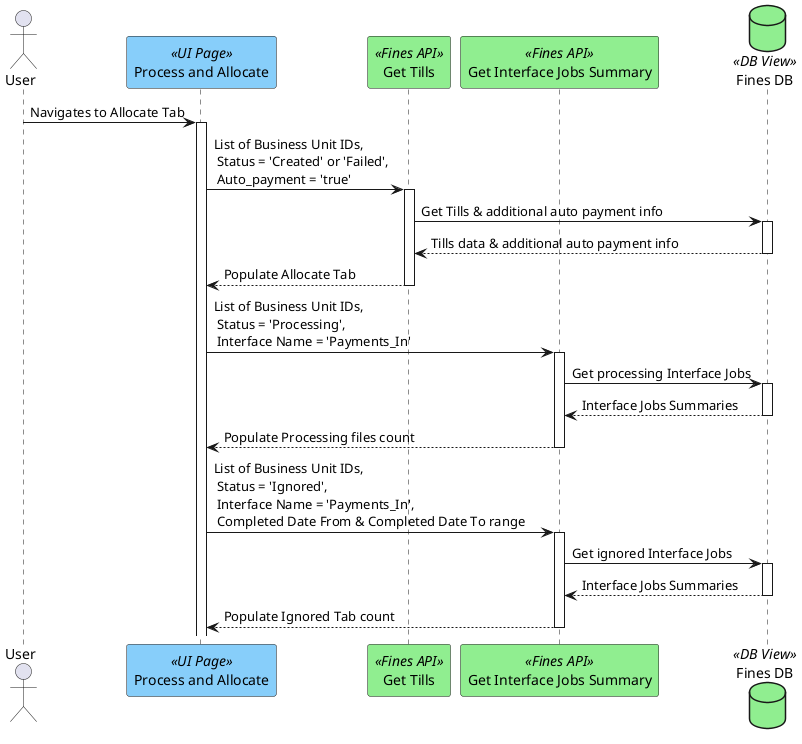
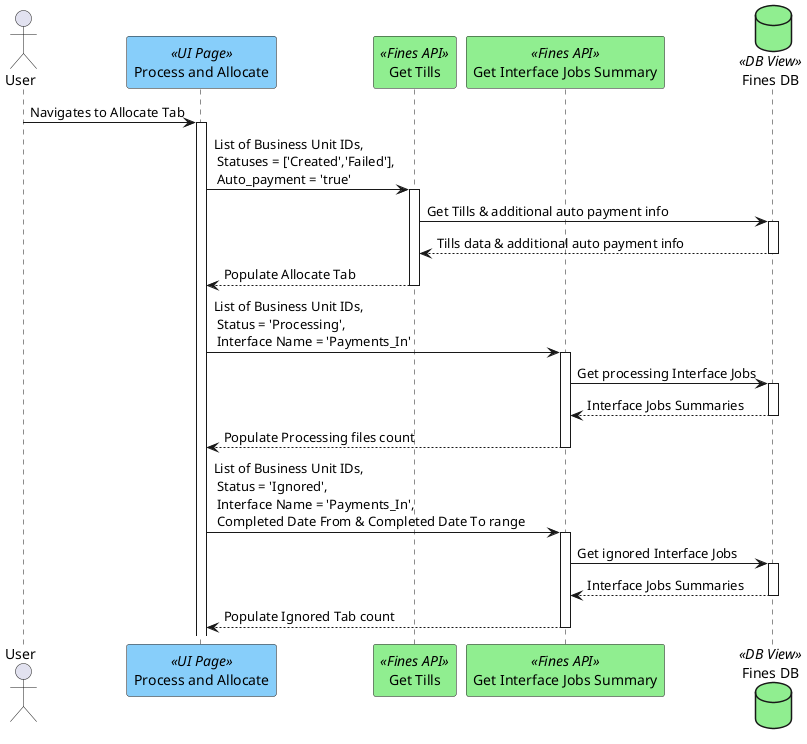
@startuml
actor "User" as user
participant "Process and Allocate" as proAll <<UI Page>> #lightskyblue
participant "Get Tills" as tills <<Fines API>> #lightgreen
participant "Get Interface Jobs Summary" as interfaceFiles <<Fines API>> #lightgreen
database "Fines DB" as db <<DB View>> #lightgreen

user -> proAll --++: Navigates to Allocate Tab
- proAll -> tills ++: List of Business Unit IDs, \n Status = 'Created' or 'Failed', \n Auto_payment = 'true'
+ proAll -> tills ++: List of Business Unit IDs, \n Statuses = ['Created','Failed'], \n Auto_payment = 'true'
tills -> db ++ : Get Tills & additional auto payment info
tills <-- db --: Tills data & additional auto payment info
proAll <-- tills --: Populate Allocate Tab

proAll -> interfaceFiles ++: List of Business Unit IDs, \n Status = 'Processing', \n Interface Name = 'Payments_In'
interfaceFiles -> db ++ : Get processing Interface Jobs
interfaceFiles <-- db --: Interface Jobs Summaries
proAll <-- interfaceFiles --: Populate Processing files count

proAll -> interfaceFiles ++: List of Business Unit IDs, \n Status = 'Ignored', \n Interface Name = 'Payments_In', \n Completed Date From & Completed Date To range
interfaceFiles -> db ++ : Get ignored Interface Jobs
interfaceFiles <-- db --: Interface Jobs Summaries
proAll <-- interfaceFiles --: Populate Ignored Tab count

@enduml